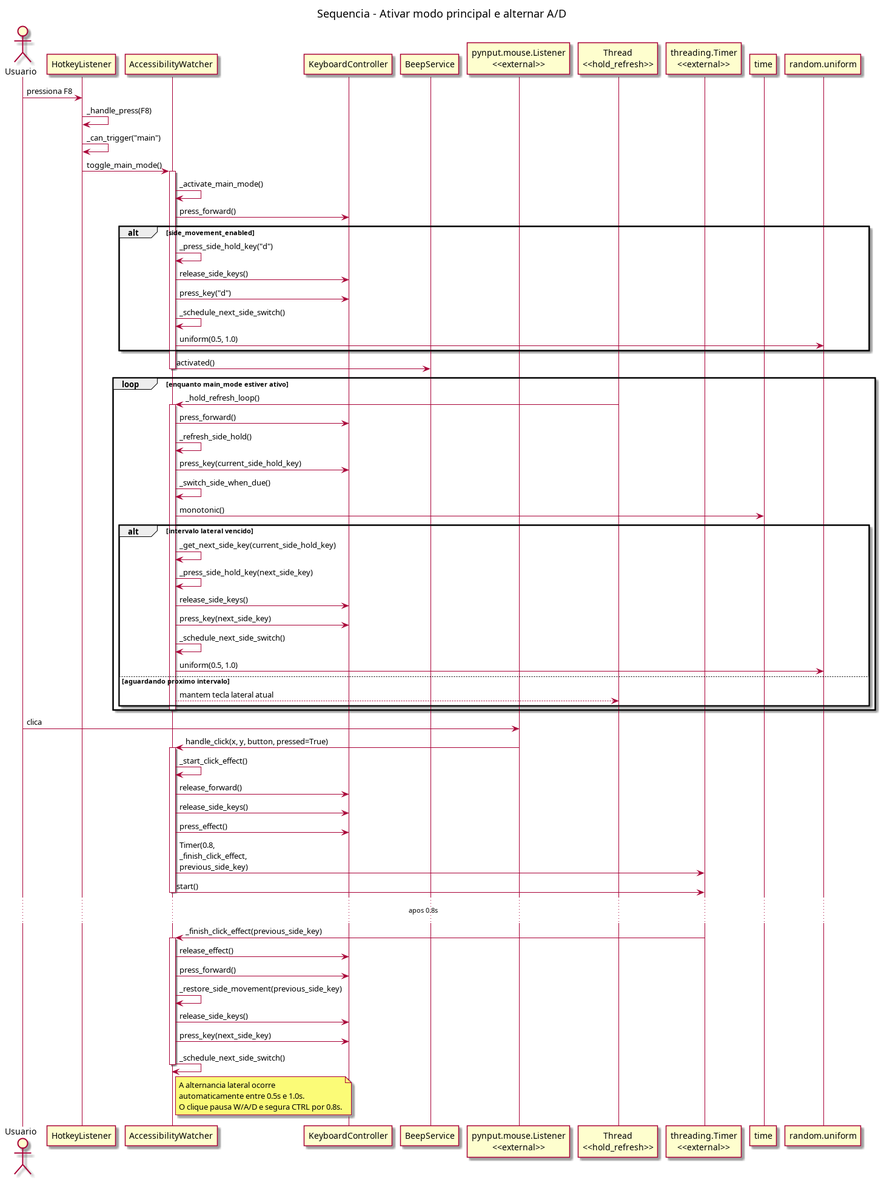
Above: docs/sequencia.png in clesiorki2018/cs2-watcher (PlantUML), before the change. Its source is kept beside it as docs/sequencia.puml.
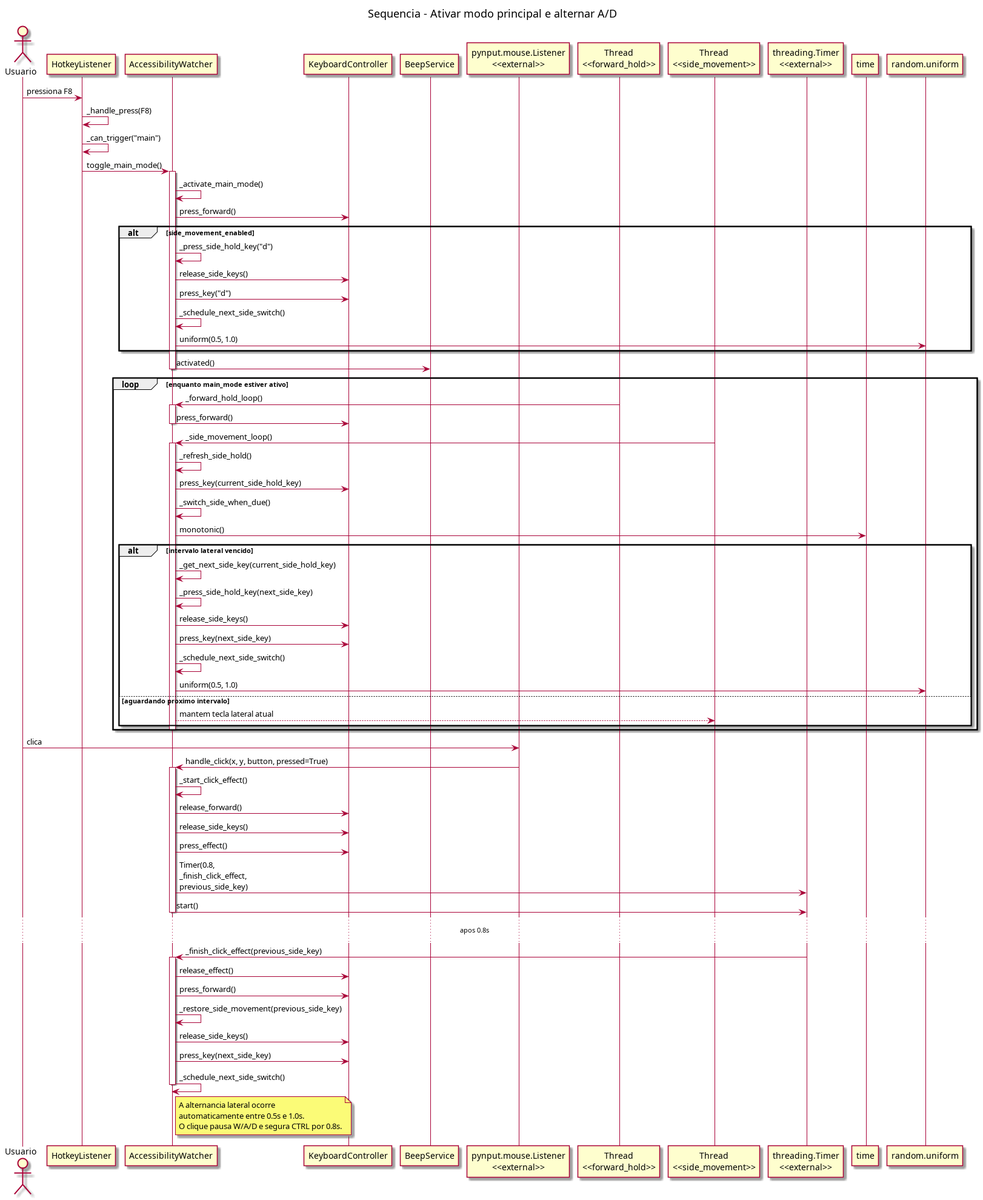
After the commit.

Diff of the diagram source:
```diff
@@ -7,7 +7,8 @@
 participant "KeyboardController" as Keyboard
 participant "BeepService" as Beep
 participant "pynput.mouse.Listener\n<<external>>" as Mouse
-participant "Thread\n<<hold_refresh>>" as Refresh
+participant "Thread\n<<forward_hold>>" as ForwardThread
+participant "Thread\n<<side_movement>>" as SideThread
 participant "threading.Timer\n<<external>>" as Timer
 participant "time" as TimeLib
 participant "random.uniform" as Random
@@ -32,9 +33,13 @@
 deactivate Watcher
 
 loop enquanto main_mode estiver ativo
-    Refresh -> Watcher : _hold_refresh_loop()
+    ForwardThread -> Watcher : _forward_hold_loop()
     activate Watcher
     Watcher -> Keyboard : press_forward()
+    deactivate Watcher
+
+    SideThread -> Watcher : _side_movement_loop()
+    activate Watcher
     Watcher -> Watcher : _refresh_side_hold()
     Watcher -> Keyboard : press_key(current_side_hold_key)
     Watcher -> Watcher : _switch_side_when_due()
@@ -48,7 +53,7 @@
         Watcher -> Watcher : _schedule_next_side_switch()
         Watcher -> Random : uniform(0.5, 1.0)
     else aguardando proximo intervalo
-        Watcher --> Refresh : mantem tecla lateral atual
+        Watcher --> SideThread : mantem tecla lateral atual
     end
 
     deactivate Watcher
```
